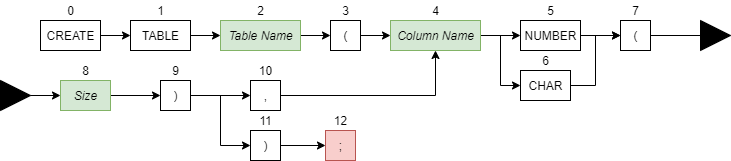
Earlier version of the draw.io export src/files/assets/helpscreen/CreateTableDiagram.png (DeliciousWaffle/MastersProject). Source tidied: cells renumbered, new cells last; positions are measured from the earlier drawing's top-left corner, leaving out a move shared by most shapes.
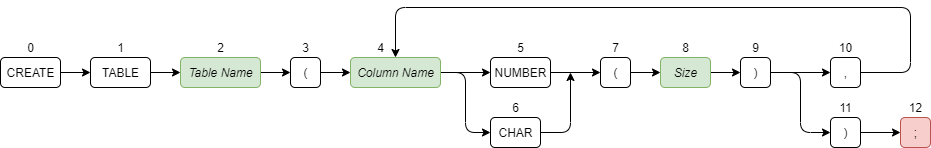
The same file after the commit.

The edit, as a diff of the source:
```diff
@@ -2,136 +2,133 @@
   <root>
     <mxCell id="0" />
     <mxCell id="1" parent="0" />
-    <mxCell id="2" style="edgeStyle=orthogonalEdgeStyle;rounded=0;jettySize=auto;html=1;exitX=1;exitY=0.5;exitDx=0;exitDy=0;entryX=0;entryY=0.5;entryDx=0;entryDy=0;" parent="1" edge="1" source="3" target="6">
+    <mxCell id="2" style="edgeStyle=orthogonalEdgeStyle;jettySize=auto;html=1;exitX=1;exitY=0.5;exitDx=0;exitDy=0;entryX=0;entryY=0.5;entryDx=0;entryDy=0;" parent="1" edge="1" source="3" target="6">
       <mxGeometry relative="1" as="geometry" />
     </mxCell>
-    <mxCell id="3" value="CREATE" style="html=1;" parent="1" vertex="1">
-      <mxGeometry x="40" y="20" width="60" height="30" as="geometry" />
+    <mxCell id="3" value="CREATE" style="html=1;rounded=1;" parent="1" vertex="1">
+      <mxGeometry x="40" y="60" width="60" height="30" as="geometry" />
     </mxCell>
-    <mxCell id="4" value="0" style="text;html=1;align=center;verticalAlign=middle;" parent="1" vertex="1">
-      <mxGeometry x="60" width="20" height="20" as="geometry" />
+    <mxCell id="4" value="0" style="text;html=1;align=center;verticalAlign=middle;rounded=1;" parent="1" vertex="1">
+      <mxGeometry x="60" y="40" width="20" height="20" as="geometry" />
     </mxCell>
-    <mxCell id="5" style="edgeStyle=orthogonalEdgeStyle;rounded=0;jettySize=auto;html=1;exitX=1;exitY=0.5;exitDx=0;exitDy=0;entryX=0;entryY=0.5;entryDx=0;entryDy=0;" parent="1" edge="1" source="6" target="9">
+    <mxCell id="5" style="edgeStyle=orthogonalEdgeStyle;jettySize=auto;html=1;exitX=1;exitY=0.5;exitDx=0;exitDy=0;entryX=0;entryY=0.5;entryDx=0;entryDy=0;" parent="1" edge="1" source="6" target="9">
       <mxGeometry relative="1" as="geometry" />
     </mxCell>
-    <mxCell id="6" value="TABLE" style="html=1;" parent="1" vertex="1">
-      <mxGeometry x="130" y="20" width="60" height="30" as="geometry" />
+    <mxCell id="6" value="TABLE" style="html=1;rounded=1;" parent="1" vertex="1">
+      <mxGeometry x="130" y="60" width="60" height="30" as="geometry" />
     </mxCell>
-    <mxCell id="7" value="1" style="text;html=1;align=center;verticalAlign=middle;" parent="1" vertex="1">
-      <mxGeometry x="150" width="20" height="20" as="geometry" />
+    <mxCell id="7" value="1" style="text;html=1;align=center;verticalAlign=middle;rounded=1;" parent="1" vertex="1">
+      <mxGeometry x="150" y="40" width="20" height="20" as="geometry" />
     </mxCell>
-    <mxCell id="8" style="edgeStyle=orthogonalEdgeStyle;rounded=0;jettySize=auto;html=1;exitX=1;exitY=0.5;exitDx=0;exitDy=0;entryX=0;entryY=0.5;entryDx=0;entryDy=0;" parent="1" edge="1" source="9" target="12">
+    <mxCell id="8" style="edgeStyle=orthogonalEdgeStyle;jettySize=auto;html=1;exitX=1;exitY=0.5;exitDx=0;exitDy=0;entryX=0;entryY=0.5;entryDx=0;entryDy=0;" parent="1" edge="1" source="9" target="12">
       <mxGeometry relative="1" as="geometry" />
     </mxCell>
-    <mxCell id="9" value="&lt;i&gt;Table Name&lt;/i&gt;" style="html=1;fillColor=#d5e8d4;strokeColor=#82b366;" parent="1" vertex="1">
-      <mxGeometry x="220" y="20" width="80" height="30" as="geometry" />
+    <mxCell id="9" value="&lt;i&gt;Table Name&lt;/i&gt;" style="html=1;fillColor=#d5e8d4;strokeColor=#82b366;rounded=1;" parent="1" vertex="1">
+      <mxGeometry x="220" y="60" width="80" height="30" as="geometry" />
     </mxCell>
-    <mxCell id="10" value="2" style="text;html=1;align=center;verticalAlign=middle;" parent="1" vertex="1">
-      <mxGeometry x="250" width="20" height="20" as="geometry" />
+    <mxCell id="10" value="2" style="text;html=1;align=center;verticalAlign=middle;rounded=1;" parent="1" vertex="1">
+      <mxGeometry x="250" y="40" width="20" height="20" as="geometry" />
     </mxCell>
-    <mxCell id="11" style="edgeStyle=orthogonalEdgeStyle;rounded=0;jettySize=auto;html=1;exitX=1;exitY=0.5;exitDx=0;exitDy=0;entryX=0;entryY=0.5;entryDx=0;entryDy=0;" parent="1" edge="1" source="12" target="16">
+    <mxCell id="11" style="edgeStyle=orthogonalEdgeStyle;jettySize=auto;html=1;exitX=1;exitY=0.5;exitDx=0;exitDy=0;entryX=0;entryY=0.5;entryDx=0;entryDy=0;" parent="1" edge="1" source="12" target="16">
       <mxGeometry relative="1" as="geometry" />
     </mxCell>
-    <mxCell id="12" value="(" style="html=1;" parent="1" vertex="1">
-      <mxGeometry x="330" y="20" width="30" height="30" as="geometry" />
+    <mxCell id="12" value="(" style="html=1;rounded=1;" parent="1" vertex="1">
+      <mxGeometry x="330" y="60" width="30" height="30" as="geometry" />
     </mxCell>
-    <mxCell id="13" value="3" style="text;html=1;align=center;verticalAlign=middle;" parent="1" vertex="1">
-      <mxGeometry x="335" width="20" height="20" as="geometry" />
+    <mxCell id="13" value="3" style="text;html=1;align=center;verticalAlign=middle;rounded=1;" parent="1" vertex="1">
+      <mxGeometry x="335" y="40" width="20" height="20" as="geometry" />
     </mxCell>
-    <mxCell id="14" style="edgeStyle=orthogonalEdgeStyle;rounded=0;jettySize=auto;html=1;exitX=1;exitY=0.5;exitDx=0;exitDy=0;entryX=0;entryY=0.5;entryDx=0;entryDy=0;" parent="1" edge="1" source="16" target="19">
+    <mxCell id="14" style="edgeStyle=orthogonalEdgeStyle;jettySize=auto;html=1;exitX=1;exitY=0.5;exitDx=0;exitDy=0;entryX=0;entryY=0.5;entryDx=0;entryDy=0;" parent="1" edge="1" source="16" target="19">
       <mxGeometry relative="1" as="geometry" />
     </mxCell>
-    <mxCell id="15" style="edgeStyle=orthogonalEdgeStyle;rounded=0;jettySize=auto;html=1;exitX=1;exitY=0.5;exitDx=0;exitDy=0;entryX=0;entryY=0.5;entryDx=0;entryDy=0;" parent="1" edge="1" source="16" target="22">
+    <mxCell id="15" style="edgeStyle=orthogonalEdgeStyle;jettySize=auto;html=1;exitX=1;exitY=0.5;exitDx=0;exitDy=0;entryX=0;entryY=0.5;entryDx=0;entryDy=0;" parent="1" edge="1" source="16" target="22">
       <mxGeometry relative="1" as="geometry" />
     </mxCell>
-    <mxCell id="16" value="&lt;i&gt;Column Name&lt;/i&gt;" style="html=1;fillColor=#d5e8d4;strokeColor=#82b366;" parent="1" vertex="1">
-      <mxGeometry x="390" y="20" width="90" height="30" as="geometry" />
+    <mxCell id="16" value="&lt;i&gt;Column Name&lt;/i&gt;" style="html=1;fillColor=#d5e8d4;strokeColor=#82b366;rounded=1;" parent="1" vertex="1">
+      <mxGeometry x="390" y="60" width="90" height="30" as="geometry" />
     </mxCell>
-    <mxCell id="17" value="4" style="text;html=1;align=center;verticalAlign=middle;" parent="1" vertex="1">
-      <mxGeometry x="425" width="20" height="20" as="geometry" />
+    <mxCell id="17" value="4" style="text;html=1;align=center;verticalAlign=middle;rounded=1;" parent="1" vertex="1">
+      <mxGeometry x="410" y="40" width="20" height="20" as="geometry" />
     </mxCell>
-    <mxCell id="18" style="edgeStyle=orthogonalEdgeStyle;rounded=0;jettySize=auto;html=1;exitX=1;exitY=0.5;exitDx=0;exitDy=0;entryX=0;entryY=0.5;entryDx=0;entryDy=0;" parent="1" edge="1" source="19" target="25">
+    <mxCell id="18" style="edgeStyle=orthogonalEdgeStyle;jettySize=auto;html=1;exitX=1;exitY=0.5;exitDx=0;exitDy=0;entryX=0;entryY=0.5;entryDx=0;entryDy=0;" parent="1" edge="1" source="19" target="25">
       <mxGeometry relative="1" as="geometry" />
     </mxCell>
-    <mxCell id="19" value="NUMBER" style="html=1;" parent="1" vertex="1">
-      <mxGeometry x="520" y="20" width="60" height="30" as="geometry" />
+    <mxCell id="19" value="NUMBER" style="html=1;rounded=1;" parent="1" vertex="1">
+      <mxGeometry x="530" y="60" width="60" height="30" as="geometry" />
     </mxCell>
-    <mxCell id="20" value="5" style="text;html=1;align=center;verticalAlign=middle;" parent="1" vertex="1">
-      <mxGeometry x="540" width="20" height="20" as="geometry" />
+    <mxCell id="20" value="5" style="text;html=1;align=center;verticalAlign=middle;rounded=1;" parent="1" vertex="1">
+      <mxGeometry x="550" y="40" width="20" height="20" as="geometry" />
     </mxCell>
-    <mxCell id="21" style="edgeStyle=orthogonalEdgeStyle;rounded=0;jettySize=auto;html=1;exitX=1;exitY=0.5;exitDx=0;exitDy=0;entryX=0;entryY=0.5;entryDx=0;entryDy=0;" parent="1" edge="1" source="22" target="25">
-      <mxGeometry relative="1" as="geometry" />
+    <mxCell id="21" style="edgeStyle=orthogonalEdgeStyle;jettySize=auto;html=1;exitX=1;exitY=0.5;exitDx=0;exitDy=0;" parent="1" edge="1" source="22">
+      <mxGeometry relative="1" as="geometry">
+        <mxPoint x="610" y="75" as="targetPoint" />
+      </mxGeometry>
     </mxCell>
-    <mxCell id="22" value="CHAR" style="html=1;" parent="1" vertex="1">
-      <mxGeometry x="520" y="70" width="50" height="30" as="geometry" />
+    <mxCell id="22" value="CHAR" style="html=1;rounded=1;" parent="1" vertex="1">
+      <mxGeometry x="530" y="120" width="50" height="30" as="geometry" />
     </mxCell>
-    <mxCell id="23" value="6" style="text;html=1;align=center;verticalAlign=middle;" parent="1" vertex="1">
-      <mxGeometry x="535" y="50" width="20" height="20" as="geometry" />
+    <mxCell id="23" value="6" style="text;html=1;align=center;verticalAlign=middle;rounded=1;" parent="1" vertex="1">
+      <mxGeometry x="545" y="100" width="20" height="20" as="geometry" />
     </mxCell>
-    <mxCell id="24" style="edgeStyle=orthogonalEdgeStyle;rounded=0;jettySize=auto;html=1;exitX=1;exitY=0.5;exitDx=0;exitDy=0;" parent="1" edge="1" source="25">
-      <mxGeometry relative="1" as="geometry">
-        <mxPoint x="720" y="35" as="targetPoint" />
-      </mxGeometry>
+    <mxCell id="24" style="edgeStyle=orthogonalEdgeStyle;jettySize=auto;html=1;exitX=1;exitY=0.5;exitDx=0;exitDy=0;entryX=0;entryY=0.5;entryDx=0;entryDy=0;" parent="1" edge="1" source="25" target="28">
+      <mxGeometry relative="1" as="geometry" />
     </mxCell>
-    <mxCell id="25" value="(" style="html=1;" parent="1" vertex="1">
-      <mxGeometry x="620" y="20" width="30" height="30" as="geometry" />
+    <mxCell id="25" value="(" style="html=1;rounded=1;" parent="1" vertex="1">
+      <mxGeometry x="640" y="60" width="30" height="30" as="geometry" />
     </mxCell>
-    <mxCell id="26" value="7" style="text;html=1;align=center;verticalAlign=middle;" parent="1" vertex="1">
-      <mxGeometry x="625" width="20" height="20" as="geometry" />
+    <mxCell id="26" value="7" style="text;html=1;align=center;verticalAlign=middle;rounded=1;" parent="1" vertex="1">
+      <mxGeometry x="645" y="40" width="20" height="20" as="geometry" />
     </mxCell>
-    <mxCell id="27" style="edgeStyle=orthogonalEdgeStyle;rounded=0;jettySize=auto;html=1;exitX=1;exitY=0.5;exitDx=0;exitDy=0;entryX=0;entryY=0.5;entryDx=0;entryDy=0;" parent="1" edge="1" source="28" target="31">
+    <mxCell id="27" style="edgeStyle=orthogonalEdgeStyle;jettySize=auto;html=1;exitX=1;exitY=0.5;exitDx=0;exitDy=0;entryX=0;entryY=0.5;entryDx=0;entryDy=0;" parent="1" edge="1" source="28" target="31">
       <mxGeometry relative="1" as="geometry" />
     </mxCell>
-    <mxCell id="28" value="&lt;i&gt;Size&lt;/i&gt;" style="html=1;fillColor=#d5e8d4;strokeColor=#82b366;" parent="1" vertex="1">
-      <mxGeometry x="60" y="80" width="50" height="30" as="geometry" />
+    <mxCell id="28" value="&lt;i&gt;Size&lt;/i&gt;" style="html=1;fillColor=#d5e8d4;strokeColor=#82b366;rounded=1;" parent="1" vertex="1">
+      <mxGeometry x="700" y="60" width="50" height="30" as="geometry" />
     </mxCell>
-    <mxCell id="29" style="edgeStyle=orthogonalEdgeStyle;rounded=0;jettySize=auto;html=1;exitX=1;exitY=0.5;exitDx=0;exitDy=0;entryX=0;entryY=0.5;entryDx=0;entryDy=0;" parent="1" edge="1" source="31" target="34">
+    <mxCell id="29" style="edgeStyle=orthogonalEdgeStyle;jettySize=auto;html=1;exitX=1;exitY=0.5;exitDx=0;exitDy=0;entryX=0;entryY=0.5;entryDx=0;entryDy=0;" parent="1" edge="1" source="31" target="34">
       <mxGeometry relative="1" as="geometry" />
     </mxCell>
-    <mxCell id="30" style="edgeStyle=orthogonalEdgeStyle;rounded=0;jettySize=auto;html=1;exitX=1;exitY=0.5;exitDx=0;exitDy=0;entryX=0;entryY=0.5;entryDx=0;entryDy=0;" parent="1" edge="1" source="31" target="37">
+    <mxCell id="30" style="edgeStyle=orthogonalEdgeStyle;jettySize=auto;html=1;exitX=1;exitY=0.5;exitDx=0;exitDy=0;entryX=0;entryY=0.5;entryDx=0;entryDy=0;" parent="1" edge="1" source="31" target="37">
       <mxGeometry relative="1" as="geometry" />
     </mxCell>
-    <mxCell id="31" value=")" style="html=1;" parent="1" vertex="1">
-      <mxGeometry x="160" y="80" width="30" height="30" as="geometry" />
+    <mxCell id="31" value=")" style="html=1;rounded=1;" parent="1" vertex="1">
+      <mxGeometry x="780" y="60" width="30" height="30" as="geometry" />
     </mxCell>
-    <mxCell id="32" value="9" style="text;html=1;align=center;verticalAlign=middle;" parent="1" vertex="1">
-      <mxGeometry x="165" y="60" width="20" height="20" as="geometry" />
+    <mxCell id="32" value="9" style="text;html=1;align=center;verticalAlign=middle;rounded=1;" parent="1" vertex="1">
+      <mxGeometry x="785" y="40" width="20" height="20" as="geometry" />
     </mxCell>
-    <mxCell id="33" style="edgeStyle=orthogonalEdgeStyle;rounded=0;jettySize=auto;html=1;exitX=1;exitY=0.5;exitDx=0;exitDy=0;entryX=0.5;entryY=1;entryDx=0;entryDy=0;" parent="1" edge="1" source="34" target="16">
-      <mxGeometry relative="1" as="geometry" />
+    <mxCell id="33" style="edgeStyle=orthogonalEdgeStyle;jettySize=auto;html=1;exitX=1;exitY=0.5;exitDx=0;exitDy=0;entryX=0.5;entryY=0;entryDx=0;entryDy=0;" parent="1" edge="1" source="34" target="16">
+      <mxGeometry relative="1" as="geometry">
+        <Array as="points">
+          <mxPoint x="950" y="75" />
+          <mxPoint x="950" y="10" />
+          <mxPoint x="435" y="10" />
+        </Array>
+      </mxGeometry>
     </mxCell>
-    <mxCell id="34" value="," style="html=1;" parent="1" vertex="1">
-      <mxGeometry x="250" y="80" width="30" height="30" as="geometry" />
+    <mxCell id="34" value="," style="html=1;rounded=1;" parent="1" vertex="1">
+      <mxGeometry x="870" y="60" width="30" height="30" as="geometry" />
     </mxCell>
-    <mxCell id="35" value="10" style="text;html=1;align=center;verticalAlign=middle;" parent="1" vertex="1">
-      <mxGeometry x="250" y="60" width="30" height="20" as="geometry" />
+    <mxCell id="35" value="10" style="text;html=1;align=center;verticalAlign=middle;rounded=1;" parent="1" vertex="1">
+      <mxGeometry x="870" y="40" width="30" height="20" as="geometry" />
     </mxCell>
-    <mxCell id="36" style="edgeStyle=orthogonalEdgeStyle;rounded=0;jettySize=auto;html=1;exitX=1;exitY=0.5;exitDx=0;exitDy=0;entryX=0;entryY=0.5;entryDx=0;entryDy=0;" parent="1" edge="1" source="37" target="39">
+    <mxCell id="36" style="edgeStyle=orthogonalEdgeStyle;jettySize=auto;html=1;exitX=1;exitY=0.5;exitDx=0;exitDy=0;entryX=0;entryY=0.5;entryDx=0;entryDy=0;" parent="1" edge="1" source="37" target="39">
       <mxGeometry relative="1" as="geometry" />
     </mxCell>
-    <mxCell id="37" value=")" style="html=1;" parent="1" vertex="1">
-      <mxGeometry x="250" y="130" width="30" height="30" as="geometry" />
+    <mxCell id="37" value=")" style="html=1;rounded=1;" parent="1" vertex="1">
+      <mxGeometry x="870" y="120" width="30" height="30" as="geometry" />
     </mxCell>
-    <mxCell id="38" value="11" style="text;html=1;align=center;verticalAlign=middle;" parent="1" vertex="1">
-      <mxGeometry x="250" y="110" width="30" height="20" as="geometry" />
+    <mxCell id="38" value="11" style="text;html=1;align=center;verticalAlign=middle;rounded=1;" parent="1" vertex="1">
+      <mxGeometry x="870" y="100" width="30" height="20" as="geometry" />
     </mxCell>
-    <mxCell id="39" value=";" style="html=1;fillColor=#f8cecc;strokeColor=#b85450;" parent="1" vertex="1">
-      <mxGeometry x="325" y="130" width="30" height="30" as="geometry" />
+    <mxCell id="39" value=";" style="html=1;fillColor=#f8cecc;strokeColor=#b85450;rounded=1;" parent="1" vertex="1">
+      <mxGeometry x="940" y="120" width="30" height="30" as="geometry" />
     </mxCell>
-    <mxCell id="40" value="12" style="text;html=1;align=center;verticalAlign=middle;" parent="1" vertex="1">
-      <mxGeometry x="325" y="110" width="30" height="20" as="geometry" />
+    <mxCell id="40" value="12" style="text;html=1;align=center;verticalAlign=middle;rounded=1;" parent="1" vertex="1">
+      <mxGeometry x="940" y="100" width="30" height="20" as="geometry" />
     </mxCell>
-    <mxCell id="41" value="8" style="text;html=1;align=center;verticalAlign=middle;" parent="1" vertex="1">
-      <mxGeometry x="75" y="60" width="20" height="20" as="geometry" />
+    <mxCell id="41" value="8" style="text;html=1;align=center;verticalAlign=middle;rounded=1;" parent="1" vertex="1">
+      <mxGeometry x="715" y="40" width="20" height="20" as="geometry" />
     </mxCell>
-    <mxCell id="42" style="triangle;whiteSpace=wrap;html=1;fillColor=#000000;" parent="1" vertex="1">
-      <mxGeometry x="700" y="20" width="30" height="30" as="geometry" />
-    </mxCell>
-    <mxCell id="43" style="edgeStyle=orthogonalEdgeStyle;rounded=0;jettySize=auto;html=1;exitX=1;exitY=0.5;exitDx=0;exitDy=0;entryX=0;entryY=0.5;entryDx=0;entryDy=0;" parent="1" edge="1" source="44" target="28">
-      <mxGeometry relative="1" as="geometry" />
-    </mxCell>
-    <mxCell id="44" style="triangle;whiteSpace=wrap;html=1;fillColor=#000000;" parent="1" vertex="1">
-      <mxGeometry y="80" width="30" height="30" as="geometry" />
-    </mxCell>
   </root>
 </mxGraphModel>
```
